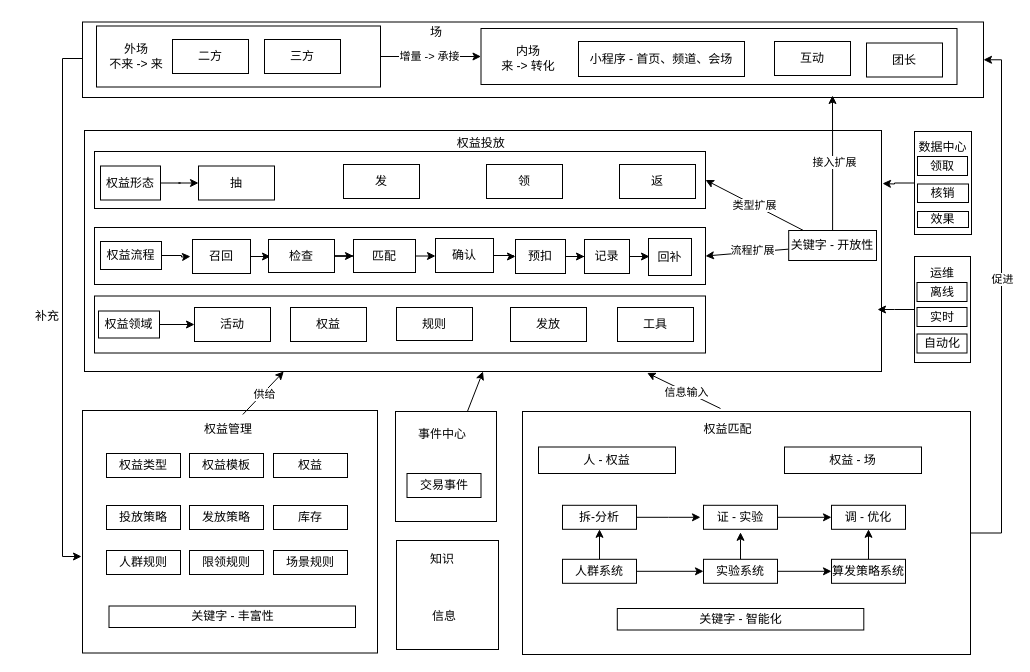
Before: study.drawio in xzl1428288773/xiaoshuai, a draw.io diagram. Source tidied: cells renumbered, new cells numbered last; positions are measured from the earlier drawing's top-left corner, leaving out a move shared by most shapes. Both pictures are drawn from the tidied source at 100%, with x=0, y=0 at pixel (17, 17).
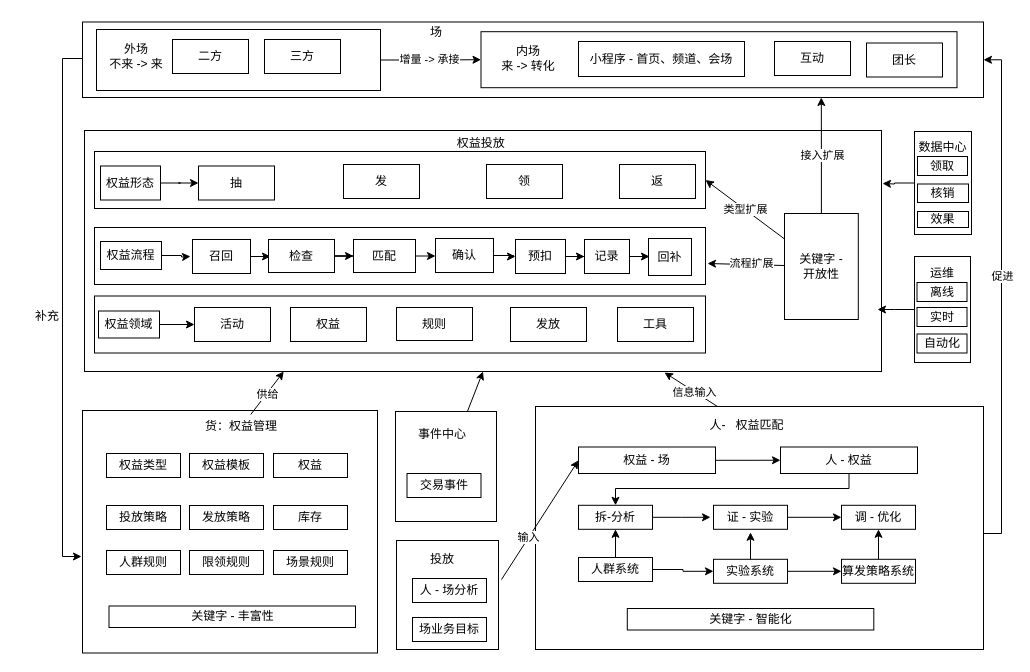
After the change.

The change refers to these unchanged cells:
```xml
<mxCell id="2" value="权益投放&amp;nbsp;&lt;br&gt;&lt;br&gt;&lt;br&gt;&lt;br&gt;&lt;br&gt;&lt;br&gt;&lt;br&gt;&lt;br&gt;&lt;br&gt;&lt;br&gt;&lt;br&gt;&lt;br&gt;&lt;br&gt;&lt;br&gt;&lt;br&gt;&lt;br&gt;" style="rounded=0;whiteSpace=wrap;html=1;" parent="1" vertex="1">
  <mxGeometry x="67" y="113" width="797" height="241" as="geometry" />
</mxCell>
<mxCell id="4" style="rounded=0;whiteSpace=wrap;html=1;" parent="1" vertex="1">
  <mxGeometry x="65" y="4.5" width="901" height="75.5" as="geometry" />
</mxCell>
<mxCell id="30" style="rounded=0;whiteSpace=wrap;html=1;" parent="1" vertex="1">
  <mxGeometry x="77" y="210" width="611" height="57" as="geometry" />
</mxCell>
```

What changed in the source:
```diff
@@
     <mxCell id="7" style="rounded=0;whiteSpace=wrap;html=1;" parent="1" vertex="1">
-      <mxGeometry x="79" y="8.5" width="284" height="61" as="geometry" />
+      <mxGeometry x="79" y="12" width="284" height="61" as="geometry" />
     </mxCell>
@@
     <mxCell id="11" style="rounded=0;whiteSpace=wrap;html=1;" parent="1" vertex="1">
-      <mxGeometry x="463.5" y="11" width="476" height="56" as="geometry" />
+      <mxGeometry x="463.5" y="14.2" width="476" height="56" as="geometry" />
     </mxCell>
@@
-    <mxCell id="16" style="rounded=0;jettySize=auto;html=1;entryX=1;entryY=0.5;entryDx=0;entryDy=0;" parent="1" edge="1" source="21" target="30">
-      <mxGeometry relative="1" as="geometry" />
+    <mxCell id="16" style="rounded=0;jettySize=auto;html=1;" parent="1" edge="1" source="21">
+      <mxGeometry relative="1" as="geometry">
+        <mxPoint x="690" y="246" as="targetPoint" />
+      </mxGeometry>
     </mxCell>
@@
-    <mxCell id="19" style="edgeStyle=orthogonalEdgeStyle;rounded=0;jettySize=auto;html=1;" parent="1" edge="1" source="21">
-      <mxGeometry relative="1" as="geometry">
-        <mxPoint x="815" y="78" as="targetPoint" />
-      </mxGeometry>
+    <mxCell id="19" style="edgeStyle=orthogonalEdgeStyle;rounded=0;jettySize=auto;html=1;entryX=0.82;entryY=1;entryDx=0;entryDy=0;entryPerimeter=0;" parent="1" edge="1" source="21" target="4">
+      <mxGeometry relative="1" as="geometry" />
     </mxCell>
@@
-    <mxCell id="21" value="关键字 - 开放性" style="rounded=0;whiteSpace=wrap;html=1;" parent="1" vertex="1">
-      <mxGeometry x="771.2" y="213" width="87.8" height="30" as="geometry" />
+    <mxCell id="21" value="关键字 - &lt;br&gt;开放性" style="rounded=0;whiteSpace=wrap;html=1;" parent="1" vertex="1">
+      <mxGeometry x="767" y="196" width="73.8" height="106" as="geometry" />
     </mxCell>
@@
-    <mxCell id="67" style="rounded=0;jettySize=auto;html=1;entryX=0.706;entryY=1.006;entryDx=0;entryDy=0;entryPerimeter=0;" parent="1" edge="1" target="2">
+    <mxCell id="67" style="rounded=0;orthogonalLoop=1;jettySize=auto;html=1;" parent="1" edge="1">
       <mxGeometry relative="1" as="geometry">
         <mxPoint x="703" y="391" as="sourcePoint" />
+        <mxPoint x="647" y="355" as="targetPoint" />
       </mxGeometry>
     </mxCell>
@@
     <mxCell id="71" style="rounded=0;whiteSpace=wrap;html=1;" parent="1" vertex="1">
-      <mxGeometry x="505" y="394" width="448" height="243" as="geometry" />
+      <mxGeometry x="518" y="389" width="448" height="243" as="geometry" />
     </mxCell>
@@
-    <mxCell id="84" value="权益管理" style="text;html=1;strokeColor=none;fillColor=none;align=center;verticalAlign=middle;whiteSpace=wrap;rounded=0;" parent="1" vertex="1">
-      <mxGeometry x="181" y="397" width="60" height="30" as="geometry" />
+    <mxCell id="84" value="货：权益管理" style="text;html=1;strokeColor=none;fillColor=none;align=center;verticalAlign=middle;whiteSpace=wrap;rounded=0;" parent="1" vertex="1">
+      <mxGeometry x="181" y="397" width="86" height="24" as="geometry" />
     </mxCell>
@@
+    <mxCell id="110" style="rounded=0;jettySize=auto;html=1;entryX=0;entryY=0.5;entryDx=0;entryDy=0;" parent="1" edge="1" target="109">
+      <mxGeometry relative="1" as="geometry">
+        <mxPoint x="484" y="562" as="sourcePoint" />
+      </mxGeometry>
+    </mxCell>
+    <mxCell id="111" value="输入" style="edgeLabel;html=1;align=center;verticalAlign=middle;" parent="110" vertex="1">
+      <mxGeometry x="-0.29" y="1" relative="1" as="geometry" />
+    </mxCell>
@@
-    <mxCell id="91" value="知识" style="text;html=1;strokeColor=none;fillColor=none;align=center;verticalAlign=middle;whiteSpace=wrap;rounded=0;" parent="1" vertex="1">
+    <mxCell id="91" value="投放" style="text;html=1;strokeColor=none;fillColor=none;align=center;verticalAlign=middle;whiteSpace=wrap;rounded=0;" parent="1" vertex="1">
       <mxGeometry x="395" y="527" width="60" height="30" as="geometry" />
     </mxCell>
-    <mxCell id="92" value="信息" style="text;html=1;strokeColor=none;fillColor=none;align=center;verticalAlign=middle;whiteSpace=wrap;rounded=0;" parent="1" vertex="1">
-      <mxGeometry x="396.5" y="584.2" width="60" height="30" as="geometry" />
-    </mxCell>
+    <mxCell id="112" style="edgeStyle=orthogonalEdgeStyle;rounded=0;jettySize=auto;html=1;entryX=0.5;entryY=0;entryDx=0;entryDy=0;" parent="1" edge="1" source="93" target="106">
+      <mxGeometry relative="1" as="geometry">
+        <Array as="points">
+          <mxPoint x="832" y="471" />
+          <mxPoint x="598" y="471" />
+        </Array>
+      </mxGeometry>
+    </mxCell>
     <mxCell id="93" value="人 - 权益" style="rounded=0;whiteSpace=wrap;html=1;" parent="1" vertex="1">
-      <mxGeometry x="521" y="429.5" width="137" height="26.5" as="geometry" />
+      <mxGeometry x="763" y="429.5" width="137" height="26.5" as="geometry" />
     </mxCell>
@@
     <mxCell id="95" value="证 - 实验" style="rounded=0;whiteSpace=wrap;html=1;" parent="1" vertex="1">
-      <mxGeometry x="686" y="487.8" width="74" height="24" as="geometry" />
+      <mxGeometry x="696" y="487.8" width="74" height="24" as="geometry" />
     </mxCell>
     <mxCell id="96" value="调 - 优化" style="rounded=0;whiteSpace=wrap;html=1;" parent="1" vertex="1">
-      <mxGeometry x="814" y="487.8" width="74" height="24" as="geometry" />
+      <mxGeometry x="824" y="487.8" width="74" height="24" as="geometry" />
     </mxCell>
@@
     <mxCell id="99" value="人群系统" style="rounded=0;whiteSpace=wrap;html=1;" parent="1" vertex="1">
-      <mxGeometry x="545" y="541.8" width="74" height="24" as="geometry" />
+      <mxGeometry x="561" y="540" width="74" height="24" as="geometry" />
     </mxCell>
@@
     <mxCell id="101" style="edgeStyle=orthogonalEdgeStyle;rounded=0;jettySize=auto;html=1;" parent="1" edge="1" source="102">
       <mxGeometry relative="1" as="geometry">
-        <mxPoint x="723" y="514.8" as="targetPoint" />
+        <mxPoint x="733" y="514.8" as="targetPoint" />
       </mxGeometry>
     </mxCell>
     <mxCell id="102" value="实验系统" style="rounded=0;whiteSpace=wrap;html=1;" parent="1" vertex="1">
-      <mxGeometry x="686" y="541.8" width="74" height="24" as="geometry" />
+      <mxGeometry x="696" y="541.8" width="74" height="24" as="geometry" />
     </mxCell>
@@
     <mxCell id="104" value="算发策略系统" style="rounded=0;whiteSpace=wrap;html=1;" parent="1" vertex="1">
-      <mxGeometry x="814" y="541.8" width="74" height="24" as="geometry" />
+      <mxGeometry x="824" y="541.8" width="74" height="24" as="geometry" />
     </mxCell>
     <mxCell id="105" style="edgeStyle=orthogonalEdgeStyle;rounded=0;jettySize=auto;html=1;" parent="1" edge="1" source="106">
       <mxGeometry relative="1" as="geometry">
-        <mxPoint x="683" y="499.8" as="targetPoint" />
+        <mxPoint x="693" y="499.8" as="targetPoint" />
       </mxGeometry>
     </mxCell>
     <mxCell id="106" value="拆-分析" style="rounded=0;whiteSpace=wrap;html=1;" parent="1" vertex="1">
-      <mxGeometry x="545" y="487.8" width="74" height="24" as="geometry" />
+      <mxGeometry x="561" y="487.8" width="74" height="24" as="geometry" />
     </mxCell>
-    <mxCell id="107" value="权益匹配" style="text;html=1;strokeColor=none;fillColor=none;align=center;verticalAlign=middle;whiteSpace=wrap;rounded=0;" parent="1" vertex="1">
-      <mxGeometry x="661" y="401.5" width="99" height="21" as="geometry" />
+    <mxCell id="107" value="人-&amp;nbsp; &amp;nbsp;权益匹配" style="text;html=1;strokeColor=none;fillColor=none;align=center;verticalAlign=middle;whiteSpace=wrap;rounded=0;" parent="1" vertex="1">
+      <mxGeometry x="680" y="397" width="99" height="21" as="geometry" />
     </mxCell>
     <mxCell id="108" value="关键字 - 智能化" style="rounded=0;whiteSpace=wrap;html=1;" parent="1" vertex="1">
-      <mxGeometry x="599.8" y="591" width="246.5" height="21.5" as="geometry" />
+      <mxGeometry x="609.8" y="591" width="246.5" height="21.5" as="geometry" />
     </mxCell>
+    <mxCell id="113" style="edgeStyle=orthogonalEdgeStyle;rounded=0;jettySize=auto;html=1;entryX=0;entryY=0.5;entryDx=0;entryDy=0;" parent="1" edge="1" source="109" target="93">
+      <mxGeometry relative="1" as="geometry" />
+    </mxCell>
     <mxCell id="109" value="权益 - 场" style="rounded=0;whiteSpace=wrap;html=1;" parent="1" vertex="1">
-      <mxGeometry x="767" y="429.5" width="137" height="26.5" as="geometry" />
+      <mxGeometry x="561" y="429.5" width="137" height="26.5" as="geometry" />
     </mxCell>
+    <mxCell id="114" value="人 - 场分析" style="rounded=0;whiteSpace=wrap;html=1;" parent="1" vertex="1">
+      <mxGeometry x="395" y="561" width="74" height="24" as="geometry" />
+    </mxCell>
+    <mxCell id="115" value="场业务目标" style="rounded=0;whiteSpace=wrap;html=1;" parent="1" vertex="1">
+      <mxGeometry x="395" y="600" width="74" height="24" as="geometry" />
+    </mxCell>
```
